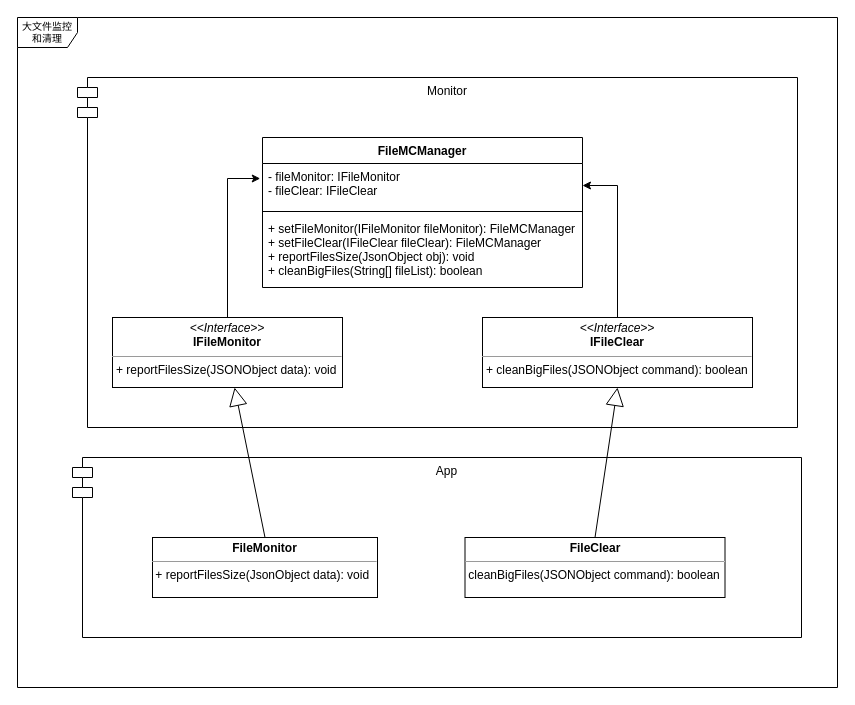
Earlier version of the draw.io diagram 大文件监控和清理.drawio (jimmy5zhang/UML). Source tidied: cells renumbered, new cells numbered last; positions are measured from the earlier drawing's top-left corner, leaving out a move shared by most shapes. Both pictures are drawn from the tidied source at 100%, with x=0, y=0 at pixel (17, 17).
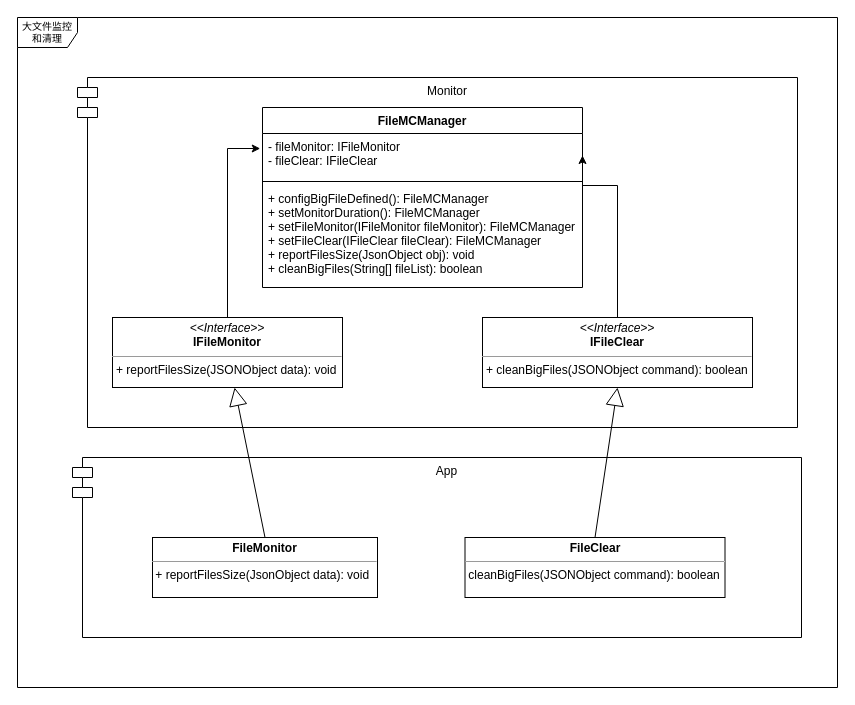
After the change.

Commit message:
Update 大文件监控和清理.drawio

What changed in the source:
```diff
@@
 <mxGraphModel background="#ffffff">
   <root>
     <mxCell id="0" />
     <mxCell id="1" parent="0" />
     <mxCell id="2" value="Monitor" style="shape=module;align=left;spacingLeft=20;align=center;verticalAlign=top;" parent="1" vertex="1">
       <mxGeometry x="60" y="60" width="720" height="350" as="geometry" />
     </mxCell>
     <mxCell id="3" value="大文件监控和清理" style="shape=umlFrame;whiteSpace=wrap;html=1;rounded=0;shadow=0;comic=0;labelBackgroundColor=none;strokeWidth=1;fontFamily=Verdana;fontSize=10;align=center;" parent="1" vertex="1">
       <mxGeometry width="820" height="670" as="geometry" />
     </mxCell>
     <mxCell id="4" style="edgeStyle=orthogonalEdgeStyle;rounded=0;jettySize=auto;html=1;entryX=-0.007;entryY=0.341;entryDx=0;entryDy=0;entryPerimeter=0;" parent="1" edge="1" source="5" target="9">
       <mxGeometry relative="1" as="geometry" />
     </mxCell>
     <mxCell id="5" value="&lt;p style=&quot;margin: 0px ; margin-top: 4px ; text-align: center&quot;&gt;&lt;i&gt;&amp;lt;&amp;lt;Interface&amp;gt;&amp;gt;&lt;/i&gt;&lt;br&gt;&lt;b&gt;IFileMonitor&lt;/b&gt;&lt;/p&gt;&lt;hr size=&quot;1&quot;&gt;&lt;p style=&quot;margin: 0px ; margin-left: 4px&quot;&gt;+ reportFilesSize(JSONObject data): void&lt;br&gt;&lt;/p&gt;" style="verticalAlign=top;align=left;overflow=fill;fontSize=12;fontFamily=Helvetica;html=1;rounded=0;shadow=0;comic=0;labelBackgroundColor=none;strokeWidth=1;" parent="1" vertex="1">
       <mxGeometry x="95" y="300" width="230" height="70" as="geometry" />
     </mxCell>
     <mxCell id="6" style="edgeStyle=orthogonalEdgeStyle;rounded=0;jettySize=auto;html=1;exitX=0.5;exitY=0;exitDx=0;exitDy=0;entryX=1;entryY=0.5;entryDx=0;entryDy=0;" parent="1" edge="1" source="7" target="9">
       <mxGeometry relative="1" as="geometry">
         <Array as="points">
           <mxPoint x="600" y="168" />
         </Array>
       </mxGeometry>
     </mxCell>
     <mxCell id="7" value="&lt;p style=&quot;margin: 0px ; margin-top: 4px ; text-align: center&quot;&gt;&lt;i&gt;&amp;lt;&amp;lt;Interface&amp;gt;&amp;gt;&lt;/i&gt;&lt;br&gt;&lt;b&gt;IFileClear&lt;/b&gt;&lt;/p&gt;&lt;hr size=&quot;1&quot;&gt;&lt;p style=&quot;margin: 0px ; margin-left: 4px&quot;&gt;+ cleanBigFiles(JSONObject&amp;nbsp;command): boolean&lt;br&gt;&lt;/p&gt;" style="verticalAlign=top;align=left;overflow=fill;fontSize=12;fontFamily=Helvetica;html=1;rounded=0;shadow=0;comic=0;labelBackgroundColor=none;strokeWidth=1;" parent="1" vertex="1">
       <mxGeometry x="465" y="300" width="270" height="70" as="geometry" />
     </mxCell>
     <mxCell id="8" value="FileMCManager" style="swimlane;fontStyle=1;align=center;verticalAlign=top;horizontal=1;startSize=26;" parent="1" vertex="1">
-      <mxGeometry x="245" y="120" width="320" height="150" as="geometry" />
+      <mxGeometry x="245" y="90" width="320" height="180" as="geometry" />
     </mxCell>
     <mxCell id="9" value="- fileMonitor: IFileMonitor&#10;- fileClear: IFileClear" style="text;strokeColor=none;fillColor=none;align=left;verticalAlign=top;spacingLeft=4;spacingRight=4;overflow=hidden;points=[[0,0.5],[1,0.5]];portConstraint=eastwest;" parent="8" vertex="1">
       <mxGeometry y="26" width="320" height="44" as="geometry" />
     </mxCell>
     <mxCell id="10" style="line;strokeWidth=1;fillColor=none;align=left;verticalAlign=middle;spacingTop=-1;spacingLeft=3;spacingRight=3;labelPosition=right;" parent="8" vertex="1">
       <mxGeometry y="70" width="320" height="8" as="geometry" />
     </mxCell>
-    <mxCell id="11" value="+ setFileMonitor(IFileMonitor fileMonitor): FileMCManager&#10;+ setFileClear(IFileClear fileClear): FileMCManager&#10;+ reportFilesSize(JsonObject obj): void&#10;+ cleanBigFiles(String[] fileList): boolean" style="text;strokeColor=none;fillColor=none;align=left;verticalAlign=top;spacingLeft=4;spacingRight=4;overflow=hidden;" parent="8" vertex="1">
-      <mxGeometry y="78" width="320" height="72" as="geometry" />
+    <mxCell id="11" value="+ configBigFileDefined(): FileMCManager&#10;+ setMonitorDuration(): FileMCManager&#10;+ setFileMonitor(IFileMonitor fileMonitor): FileMCManager&#10;+ setFileClear(IFileClear fileClear): FileMCManager&#10;+ reportFilesSize(JsonObject obj): void&#10;+ cleanBigFiles(String[] fileList): boolean" style="text;strokeColor=none;fillColor=none;align=left;verticalAlign=top;spacingLeft=4;spacingRight=4;overflow=hidden;" parent="8" vertex="1">
+      <mxGeometry y="78" width="320" height="102" as="geometry" />
     </mxCell>
     <mxCell id="12" value="App" style="shape=module;align=left;spacingLeft=20;align=center;verticalAlign=top;" parent="1" vertex="1">
       <mxGeometry x="55" y="440" width="729" height="180" as="geometry" />
     </mxCell>
     <mxCell id="13" value="&lt;p style=&quot;margin: 0px ; margin-top: 4px ; text-align: center&quot;&gt;&lt;b&gt;FileMonitor&lt;/b&gt;&lt;/p&gt;&lt;hr size=&quot;1&quot;&gt;&lt;p style=&quot;margin: 0px ; margin-left: 4px&quot;&gt;&lt;/p&gt;&amp;nbsp;+ reportFilesSize(JsonObject data): void" style="verticalAlign=top;align=left;overflow=fill;fontSize=12;fontFamily=Helvetica;html=1;" parent="1" vertex="1">
       <mxGeometry x="135" y="520" width="225" height="60" as="geometry" />
     </mxCell>
     <mxCell id="14" value="&lt;p style=&quot;margin: 0px ; margin-top: 4px ; text-align: center&quot;&gt;&lt;b&gt;FileClear&lt;/b&gt;&lt;br&gt;&lt;/p&gt;&lt;hr size=&quot;1&quot;&gt;&lt;p style=&quot;margin: 0px ; margin-left: 4px&quot;&gt;&lt;/p&gt;&amp;nbsp;cleanBigFiles(JSONObject&amp;nbsp;command): boolean" style="verticalAlign=top;align=left;overflow=fill;fontSize=12;fontFamily=Helvetica;html=1;" parent="1" vertex="1">
       <mxGeometry x="447.5" y="520" width="260" height="60" as="geometry" />
     </mxCell>
     <mxCell id="15" style="endArrow=block;endSize=16;endFill=0;html=1;exitX=0.5;exitY=0;exitDx=0;exitDy=0;" parent="1" edge="1" source="13" target="5">
       <mxGeometry relative="1" as="geometry" />
     </mxCell>
     <mxCell id="16" style="endArrow=block;endSize=16;endFill=0;html=1;entryX=0.5;entryY=1;entryDx=0;entryDy=0;exitX=0.5;exitY=0;exitDx=0;exitDy=0;" parent="1" edge="1" source="14" target="7">
       <mxGeometry relative="1" as="geometry" />
     </mxCell>
   </root>
 </mxGraphModel>
```
